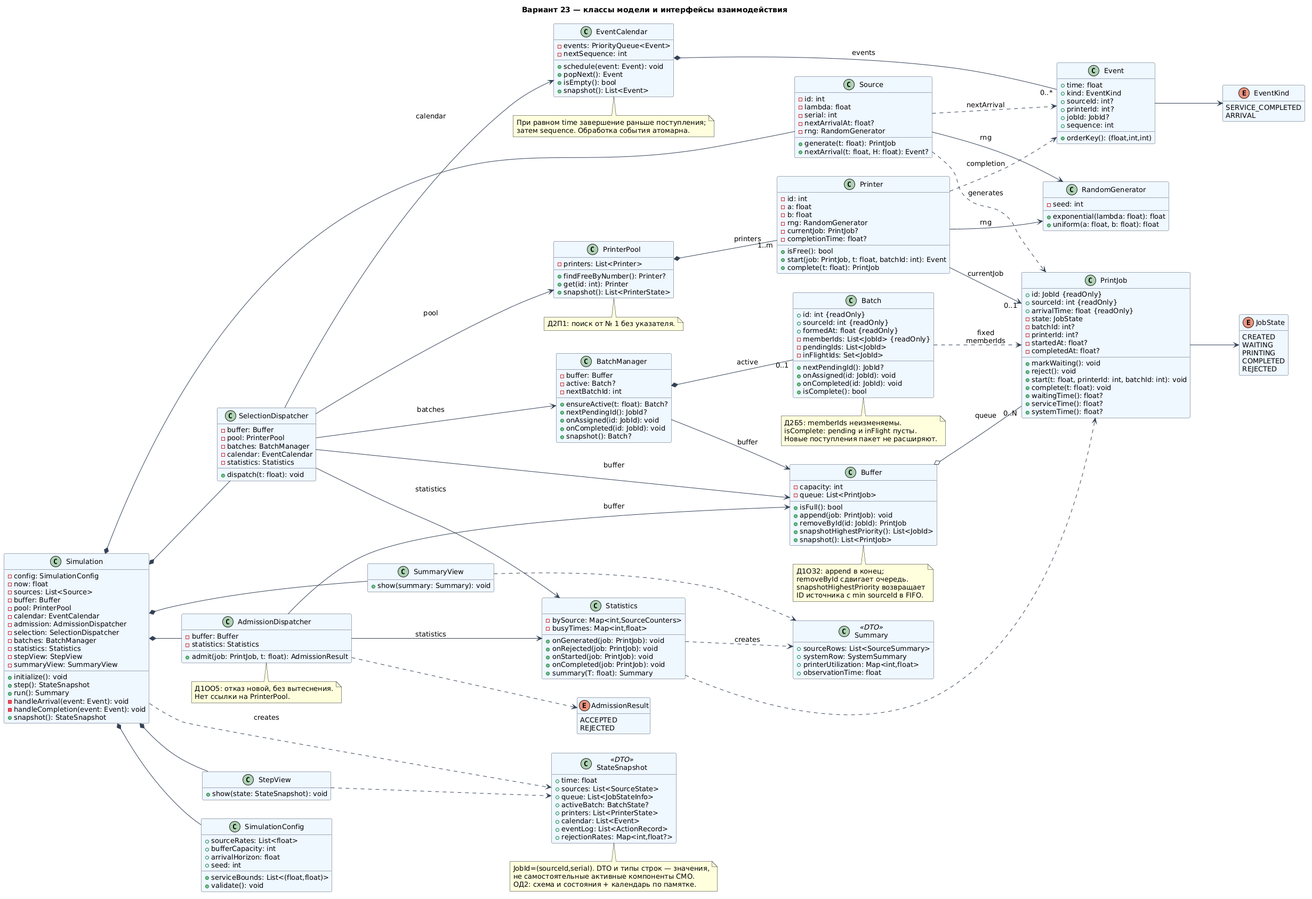
The PlantUML diagram docs/diagrams/classes.png in eg0sha-0/aps-variant-23, before a commit. Its diagram source:
```plantuml
@startuml
skinparam backgroundColor white
skinparam defaultFontName Arial
skinparam defaultFontSize 13
skinparam shadowing false
skinparam ArrowColor #334155
skinparam sequenceMessageAlign center
skinparam maxMessageSize 95
skinparam ParticipantBackgroundColor #E8F0FE
skinparam ParticipantBorderColor #475569
skinparam ClassBackgroundColor #EFF6FF
skinparam ClassBorderColor #475569
skinparam activityBackgroundColor #EFF6FF
skinparam activityBorderColor #475569
title Вариант 23 — классы модели и интерфейсы взаимодействия
left to right direction
hide empty members
class Simulation {
 -config: SimulationConfig
 -now: float
 -sources: List<Source>
 -buffer: Buffer
 -pool: PrinterPool
 -calendar: EventCalendar
 -admission: AdmissionDispatcher
 -selection: SelectionDispatcher
 -batches: BatchManager
 -statistics: Statistics
 -stepView: StepView
 -summaryView: SummaryView
 +initialize(): void
 +step(): StateSnapshot
 +run(): Summary
 -handleArrival(event: Event): void
 -handleCompletion(event: Event): void
 +snapshot(): StateSnapshot
}
class SimulationConfig {
 +sourceRates: List<float>
 +serviceBounds: List<(float,float)>
 +bufferCapacity: int
 +arrivalHorizon: float
 +seed: int
 +validate(): void
}
class Source {
 -id: int
 -lambda: float
 -serial: int
 -nextArrivalAt: float?
 -rng: RandomGenerator
 +generate(t: float): PrintJob
 +nextArrival(t: float, H: float): Event?
}
class PrintJob {
 +id: JobId {readOnly}
 +sourceId: int {readOnly}
 +arrivalTime: float {readOnly}
 -state: JobState
 -batchId: int?
 -printerId: int?
 -startedAt: float?
 -completedAt: float?
 +markWaiting(): void
 +reject(): void
 +start(t: float, printerId: int, batchId: int): void
 +complete(t: float): void
 +waitingTime(): float?
 +serviceTime(): float?
 +systemTime(): float?
}
enum JobState {
 CREATED
 WAITING
 PRINTING
 COMPLETED
 REJECTED
}
class Buffer {
 -capacity: int
 -queue: List<PrintJob>
 +isFull(): bool
 +append(job: PrintJob): void
 +removeById(id: JobId): PrintJob
 +snapshotHighestPriority(): List<JobId>
 +snapshot(): List<PrintJob>
}
class AdmissionDispatcher {
 -buffer: Buffer
 -statistics: Statistics
 +admit(job: PrintJob, t: float): AdmissionResult
}
enum AdmissionResult {
 ACCEPTED
 REJECTED
}
class SelectionDispatcher {
 -buffer: Buffer
 -pool: PrinterPool
 -batches: BatchManager
 -calendar: EventCalendar
 -statistics: Statistics
 +dispatch(t: float): void
}
class BatchManager {
 -buffer: Buffer
 -active: Batch?
 -nextBatchId: int
 +ensureActive(t: float): Batch?
 +nextPendingId(): JobId?
 +onAssigned(id: JobId): void
 +onCompleted(id: JobId): void
 +snapshot(): Batch?
}
class Batch {
 +id: int {readOnly}
 +sourceId: int {readOnly}
 +formedAt: float {readOnly}
 -memberIds: List<JobId> {readOnly}
 -pendingIds: List<JobId>
 -inFlightIds: Set<JobId>
 +nextPendingId(): JobId?
 +onAssigned(id: JobId): void
 +onCompleted(id: JobId): void
 +isComplete(): bool
}
class PrinterPool {
 -printers: List<Printer>
 +findFreeByNumber(): Printer?
 +get(id: int): Printer
 +snapshot(): List<PrinterState>
}
class Printer {
 -id: int
 -a: float
 -b: float
 -rng: RandomGenerator
 -currentJob: PrintJob?
 -completionTime: float?
 +isFree(): bool
 +start(job: PrintJob, t: float, batchId: int): Event
 +complete(t: float): PrintJob
}
class EventCalendar {
 -events: PriorityQueue<Event>
 -nextSequence: int
 +schedule(event: Event): void
 +popNext(): Event
 +isEmpty(): bool
 +snapshot(): List<Event>
}
class Event {
 +time: float
 +kind: EventKind
 +sourceId: int?
 +printerId: int?
 +jobId: JobId?
 +sequence: int
 +orderKey(): (float,int,int)
}
enum EventKind {
 SERVICE_COMPLETED
 ARRIVAL
}
class Statistics {
 -bySource: Map<int,SourceCounters>
 -busyTimes: Map<int,float>
 +onGenerated(job: PrintJob): void
 +onRejected(job: PrintJob): void
 +onStarted(job: PrintJob): void
 +onCompleted(job: PrintJob): void
 +summary(T: float): Summary
}
class RandomGenerator {
 -seed: int
 +exponential(lambda: float): float
 +uniform(a: float, b: float): float
}
class StepView {
 +show(state: StateSnapshot): void
}
class SummaryView {
 +show(summary: Summary): void
}
class StateSnapshot <<DTO>> {
 +time: float
 +sources: List<SourceState>
 +queue: List<JobStateInfo>
 +activeBatch: BatchState?
 +printers: List<PrinterState>
 +calendar: List<Event>
 +eventLog: List<ActionRecord>
 +rejectionRates: Map<int,float?>
}
class Summary <<DTO>> {
 +sourceRows: List<SourceSummary>
 +systemRow: SystemSummary
 +printerUtilization: Map<int,float>
 +observationTime: float
}
Simulation *-- SimulationConfig
Simulation *-- Source
Simulation *-- AdmissionDispatcher
Simulation *-- SelectionDispatcher
Simulation *-- StepView
Simulation *-- SummaryView
Simulation ..> StateSnapshot : creates
Source --> RandomGenerator : rng
Source ..> PrintJob : generates
Source ..> Event : nextArrival
Buffer o-- "0..N" PrintJob : queue
AdmissionDispatcher --> Buffer : buffer
AdmissionDispatcher --> Statistics : statistics
AdmissionDispatcher ..> AdmissionResult
SelectionDispatcher --> Buffer : buffer
SelectionDispatcher --> PrinterPool : pool
SelectionDispatcher --> BatchManager : batches
SelectionDispatcher --> EventCalendar : calendar
SelectionDispatcher --> Statistics : statistics
BatchManager --> Buffer : buffer
BatchManager *-- "0..1" Batch : active
Batch ..> PrintJob : fixed memberIds
PrinterPool *-- "1..m" Printer : printers
Printer --> "0..1" PrintJob : currentJob
Printer --> RandomGenerator : rng
Printer ..> Event : completion
EventCalendar *-- "0..*" Event : events
Event --> EventKind
PrintJob --> JobState
Statistics ..> PrintJob
Statistics ..> Summary : creates
StepView ..> StateSnapshot
SummaryView ..> Summary
note bottom of Buffer
Д1ОЗ2: append в конец;
removeById сдвигает очередь.
snapshotHighestPriority возвращает
ID источника с min sourceId в FIFO.
end note
note bottom of Batch
Д2Б5: memberIds неизменяемы.
isComplete: pending и inFlight пусты.
Новые поступления пакет не расширяют.
end note
note bottom of AdmissionDispatcher: Д1ОО5: отказ новой, без вытеснения.\nНет ссылки на PrinterPool.
note bottom of PrinterPool: Д2П1: поиск от № 1 без указателя.
note bottom of EventCalendar: При равном time завершение раньше поступления;\nзатем sequence. Обработка события атомарна.
note bottom of StateSnapshot
JobId=(sourceId,serial). DTO и типы строк — значения,
не самостоятельные активные компоненты СМО.
ОД2: схема и состояния + календарь по памятке.
end note
@enduml
```
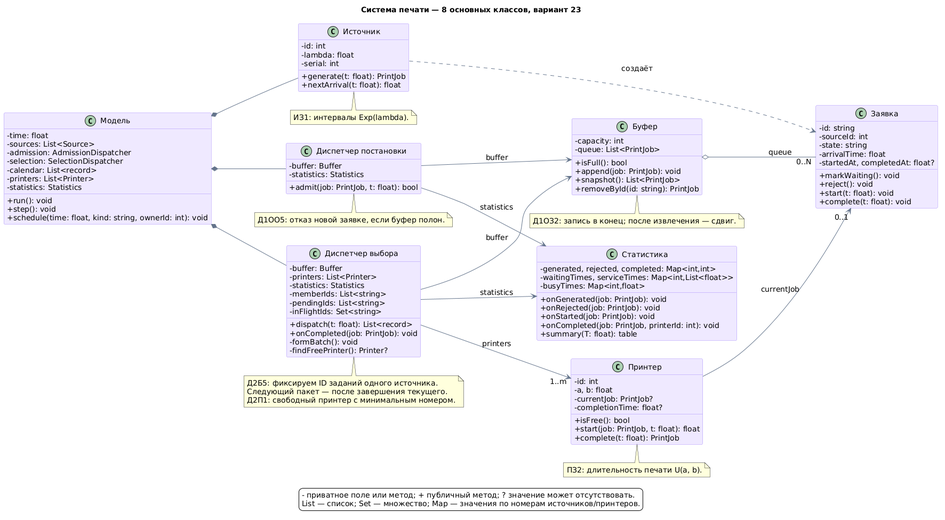
After the change.

Commit message:
Simplify class diagram to eight core classes and align documentation

Diff of the diagram source:
```diff
@@ -1,253 +1,111 @@
 @startuml
+title Система печати — 8 основных классов, вариант 23
 skinparam backgroundColor white
 skinparam defaultFontName Arial
-skinparam defaultFontSize 13
+skinparam defaultFontSize 14
 skinparam shadowing false
-skinparam ArrowColor #334155
-skinparam sequenceMessageAlign center
-skinparam maxMessageSize 95
-skinparam ParticipantBackgroundColor #E8F0FE
-skinparam ParticipantBorderColor #475569
-skinparam ClassBackgroundColor #EFF6FF
-skinparam ClassBorderColor #475569
-skinparam activityBackgroundColor #EFF6FF
-skinparam activityBorderColor #475569
-title Вариант 23 — классы модели и интерфейсы взаимодействия
+skinparam classBackgroundColor #EEE9FF
+skinparam classBorderColor #A78BFA
+skinparam ArrowColor #64748B
+skinparam classAttributeIconSize 0
+hide empty members
 left to right direction
-hide empty members
-class Simulation {
- -config: SimulationConfig
- -now: float
- -sources: List<Source>
- -buffer: Buffer
- -pool: PrinterPool
- -calendar: EventCalendar
- -admission: AdmissionDispatcher
- -selection: SelectionDispatcher
- -batches: BatchManager
- -statistics: Statistics
- -stepView: StepView
- -summaryView: SummaryView
- +initialize(): void
- +step(): StateSnapshot
- +run(): Summary
- -handleArrival(event: Event): void
- -handleCompletion(event: Event): void
- +snapshot(): StateSnapshot
+class "Модель" as Simulation {
+ - time: float
+ - sources: List<Source>
+ - admission: AdmissionDispatcher
+ - selection: SelectionDispatcher
+ - calendar: List<record>
+ - printers: List<Printer>
+ - statistics: Statistics
+ + run(): void
+ + step(): void
+ + schedule(time: float, kind: string, ownerId: int): void
 }
-class SimulationConfig {
- +sourceRates: List<float>
- +serviceBounds: List<(float,float)>
- +bufferCapacity: int
- +arrivalHorizon: float
- +seed: int
- +validate(): void
+class "Источник" as Source {
+ - id: int
+ - lambda: float
+ - serial: int
+ + generate(t: float): PrintJob
+ + nextArrival(t: float): float
 }
-class Source {
- -id: int
- -lambda: float
- -serial: int
- -nextArrivalAt: float?
- -rng: RandomGenerator
- +generate(t: float): PrintJob
- +nextArrival(t: float, H: float): Event?
+class "Диспетчер постановки" as AdmissionDispatcher {
+ - buffer: Buffer
+ - statistics: Statistics
+ + admit(job: PrintJob, t: float): bool
 }
-class PrintJob {
- +id: JobId {readOnly}
- +sourceId: int {readOnly}
- +arrivalTime: float {readOnly}
- -state: JobState
- -batchId: int?
- -printerId: int?
- -startedAt: float?
- -completedAt: float?
- +markWaiting(): void
- +reject(): void
- +start(t: float, printerId: int, batchId: int): void
- +complete(t: float): void
- +waitingTime(): float?
- +serviceTime(): float?
- +systemTime(): float?
+class "Буфер" as Buffer {
+ - capacity: int
+ - queue: List<PrintJob>
+ + isFull(): bool
+ + append(job: PrintJob): void
+ + snapshot(): List<PrintJob>
+ + removeById(id: string): PrintJob
 }
-enum JobState {
- CREATED
- WAITING
- PRINTING
- COMPLETED
- REJECTED
+class "Диспетчер выбора" as SelectionDispatcher {
+ - buffer: Buffer
+ - printers: List<Printer>
+ - statistics: Statistics
+ - memberIds: List<string>
+ - pendingIds: List<string>
+ - inFlightIds: Set<string>
+ + dispatch(t: float): List<record>
+ + onCompleted(job: PrintJob): void
+ - formBatch(): void
+ - findFreePrinter(): Printer?
 }
-class Buffer {
- -capacity: int
- -queue: List<PrintJob>
- +isFull(): bool
- +append(job: PrintJob): void
- +removeById(id: JobId): PrintJob
- +snapshotHighestPriority(): List<JobId>
- +snapshot(): List<PrintJob>
+class "Принтер" as Printer {
+ - id: int
+ - a, b: float
+ - currentJob: PrintJob?
+ - completionTime: float?
+ + isFree(): bool
+ + start(job: PrintJob, t: float): float
+ + complete(t: float): PrintJob
 }
-class AdmissionDispatcher {
- -buffer: Buffer
- -statistics: Statistics
- +admit(job: PrintJob, t: float): AdmissionResult
+class "Заявка" as PrintJob {
+ - id: string
+ - sourceId: int
+ - state: string
+ - arrivalTime: float
+ - startedAt, completedAt: float?
+ + markWaiting(): void
+ + reject(): void
+ + start(t: float): void
+ + complete(t: float): void
 }
-enum AdmissionResult {
- ACCEPTED
- REJECTED
+class "Статистика" as Statistics {
+ - generated, rejected, completed: Map<int,int>
+ - waitingTimes, serviceTimes: Map<int,List<float>>
+ - busyTimes: Map<int,float>
+ + onGenerated(job: PrintJob): void
+ + onRejected(job: PrintJob): void
+ + onStarted(job: PrintJob): void
+ + onCompleted(job: PrintJob, printerId: int): void
+ + summary(T: float): table
 }
-class SelectionDispatcher {
- -buffer: Buffer
- -pool: PrinterPool
- -batches: BatchManager
- -calendar: EventCalendar
- -statistics: Statistics
- +dispatch(t: float): void
-}
-class BatchManager {
- -buffer: Buffer
- -active: Batch?
- -nextBatchId: int
- +ensureActive(t: float): Batch?
- +nextPendingId(): JobId?
- +onAssigned(id: JobId): void
- +onCompleted(id: JobId): void
- +snapshot(): Batch?
-}
-class Batch {
- +id: int {readOnly}
- +sourceId: int {readOnly}
- +formedAt: float {readOnly}
- -memberIds: List<JobId> {readOnly}
- -pendingIds: List<JobId>
- -inFlightIds: Set<JobId>
- +nextPendingId(): JobId?
- +onAssigned(id: JobId): void
- +onCompleted(id: JobId): void
- +isComplete(): bool
-}
-class PrinterPool {
- -printers: List<Printer>
- +findFreeByNumber(): Printer?
- +get(id: int): Printer
- +snapshot(): List<PrinterState>
-}
-class Printer {
- -id: int
- -a: float
- -b: float
- -rng: RandomGenerator
- -currentJob: PrintJob?
- -completionTime: float?
- +isFree(): bool
- +start(job: PrintJob, t: float, batchId: int): Event
- +complete(t: float): PrintJob
-}
-class EventCalendar {
- -events: PriorityQueue<Event>
- -nextSequence: int
- +schedule(event: Event): void
- +popNext(): Event
- +isEmpty(): bool
- +snapshot(): List<Event>
-}
-class Event {
- +time: float
- +kind: EventKind
- +sourceId: int?
- +printerId: int?
- +jobId: JobId?
- +sequence: int
- +orderKey(): (float,int,int)
-}
-enum EventKind {
- SERVICE_COMPLETED
- ARRIVAL
-}
-class Statistics {
- -bySource: Map<int,SourceCounters>
- -busyTimes: Map<int,float>
- +onGenerated(job: PrintJob): void
- +onRejected(job: PrintJob): void
- +onStarted(job: PrintJob): void
- +onCompleted(job: PrintJob): void
- +summary(T: float): Summary
-}
-class RandomGenerator {
- -seed: int
- +exponential(lambda: float): float
- +uniform(a: float, b: float): float
-}
-class StepView {
- +show(state: StateSnapshot): void
-}
-class SummaryView {
- +show(summary: Summary): void
-}
-class StateSnapshot <<DTO>> {
- +time: float
- +sources: List<SourceState>
- +queue: List<JobStateInfo>
- +activeBatch: BatchState?
- +printers: List<PrinterState>
- +calendar: List<Event>
- +eventLog: List<ActionRecord>
- +rejectionRates: Map<int,float?>
-}
-class Summary <<DTO>> {
- +sourceRows: List<SourceSummary>
- +systemRow: SystemSummary
- +printerUtilization: Map<int,float>
- +observationTime: float
-}
-Simulation *-- SimulationConfig
 Simulation *-- Source
 Simulation *-- AdmissionDispatcher
 Simulation *-- SelectionDispatcher
-Simulation *-- StepView
-Simulation *-- SummaryView
-Simulation ..> StateSnapshot : creates
-Source --> RandomGenerator : rng
-Source ..> PrintJob : generates
-Source ..> Event : nextArrival
-Buffer o-- "0..N" PrintJob : queue
 AdmissionDispatcher --> Buffer : buffer
 AdmissionDispatcher --> Statistics : statistics
-AdmissionDispatcher ..> AdmissionResult
 SelectionDispatcher --> Buffer : buffer
-SelectionDispatcher --> PrinterPool : pool
-SelectionDispatcher --> BatchManager : batches
-SelectionDispatcher --> EventCalendar : calendar
 SelectionDispatcher --> Statistics : statistics
-BatchManager --> Buffer : buffer
-BatchManager *-- "0..1" Batch : active
-Batch ..> PrintJob : fixed memberIds
-PrinterPool *-- "1..m" Printer : printers
+SelectionDispatcher --> "1..m" Printer : printers
+Buffer o-- "0..N" PrintJob : queue
 Printer --> "0..1" PrintJob : currentJob
-Printer --> RandomGenerator : rng
-Printer ..> Event : completion
-EventCalendar *-- "0..*" Event : events
-Event --> EventKind
-PrintJob --> JobState
-Statistics ..> PrintJob
-Statistics ..> Summary : creates
-StepView ..> StateSnapshot
-SummaryView ..> Summary
-note bottom of Buffer
-Д1ОЗ2: append в конец;
-removeById сдвигает очередь.
-snapshotHighestPriority возвращает
-ID источника с min sourceId в FIFO.
+Source ..> PrintJob : создаёт
+note bottom of Source: ИЗ1: интервалы Exp(lambda).
+note bottom of AdmissionDispatcher: Д1ОО5: отказ новой заявке, если буфер полон.
+note bottom of Buffer: Д1ОЗ2: запись в конец; после извлечения — сдвиг.
+note bottom of SelectionDispatcher
+Д2Б5: фиксируем ID заданий одного источника.
+Следующий пакет — после завершения текущего.
+Д2П1: свободный принтер с минимальным номером.
 end note
-note bottom of Batch
-Д2Б5: memberIds неизменяемы.
-isComplete: pending и inFlight пусты.
-Новые поступления пакет не расширяют.
-end note
-note bottom of AdmissionDispatcher: Д1ОО5: отказ новой, без вытеснения.\nНет ссылки на PrinterPool.
-note bottom of PrinterPool: Д2П1: поиск от № 1 без указателя.
-note bottom of EventCalendar: При равном time завершение раньше поступления;\nзатем sequence. Обработка события атомарна.
-note bottom of StateSnapshot
-JobId=(sourceId,serial). DTO и типы строк — значения,
-не самостоятельные активные компоненты СМО.
-ОД2: схема и состояния + календарь по памятке.
-end note
+note bottom of Printer: ПЗ2: длительность печати U(a, b).
+legend bottom
+  - приватное поле или метод; + публичный метод; ? значение может отсутствовать.
+  List — список; Set — множество; Map — значения по номерам источников/принтеров.
+endlegend
 @enduml
```
